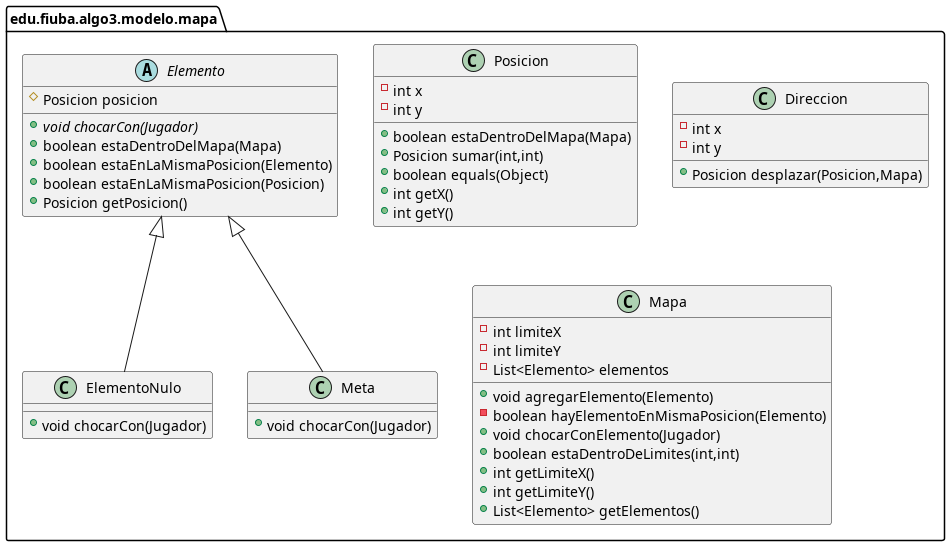
Before: diagramas/clases-mapa.png, a diagram exported from PlantUML (Pablo1107/algo3-tp2). Its diagram source:
```plantuml
@startuml
class edu.fiuba.algo3.modelo.mapa.Posicion {
- int x
- int y
+ boolean estaDentroDelMapa(Mapa)
+ Posicion sumar(int,int)
+ boolean equals(Object)
+ int getX()
+ int getY()
}
class edu.fiuba.algo3.modelo.mapa.Direccion {
- int x
- int y
+ Posicion desplazar(Posicion,Mapa)
}
abstract class edu.fiuba.algo3.modelo.mapa.Elemento {
# Posicion posicion
+ {abstract}void chocarCon(Jugador)
+ boolean estaDentroDelMapa(Mapa)
+ boolean estaEnLaMismaPosicion(Elemento)
+ boolean estaEnLaMismaPosicion(Posicion)
+ Posicion getPosicion()
}
class edu.fiuba.algo3.modelo.mapa.ElementoNulo {
+ void chocarCon(Jugador)
}
class edu.fiuba.algo3.modelo.mapa.Meta {
+ void chocarCon(Jugador)
}
class edu.fiuba.algo3.modelo.mapa.Mapa {
- int limiteX
- int limiteY
- List<Elemento> elementos
+ void agregarElemento(Elemento)
- boolean hayElementoEnMismaPosicion(Elemento)
+ void chocarConElemento(Jugador)
+ boolean estaDentroDeLimites(int,int)
+ int getLimiteX()
+ int getLimiteY()
+ List<Elemento> getElementos()
}

edu.fiuba.algo3.modelo.mapa.Elemento <|-- edu.fiuba.algo3.modelo.mapa.ElementoNulo
edu.fiuba.algo3.modelo.mapa.Elemento <|-- edu.fiuba.algo3.modelo.mapa.Meta
@enduml
```
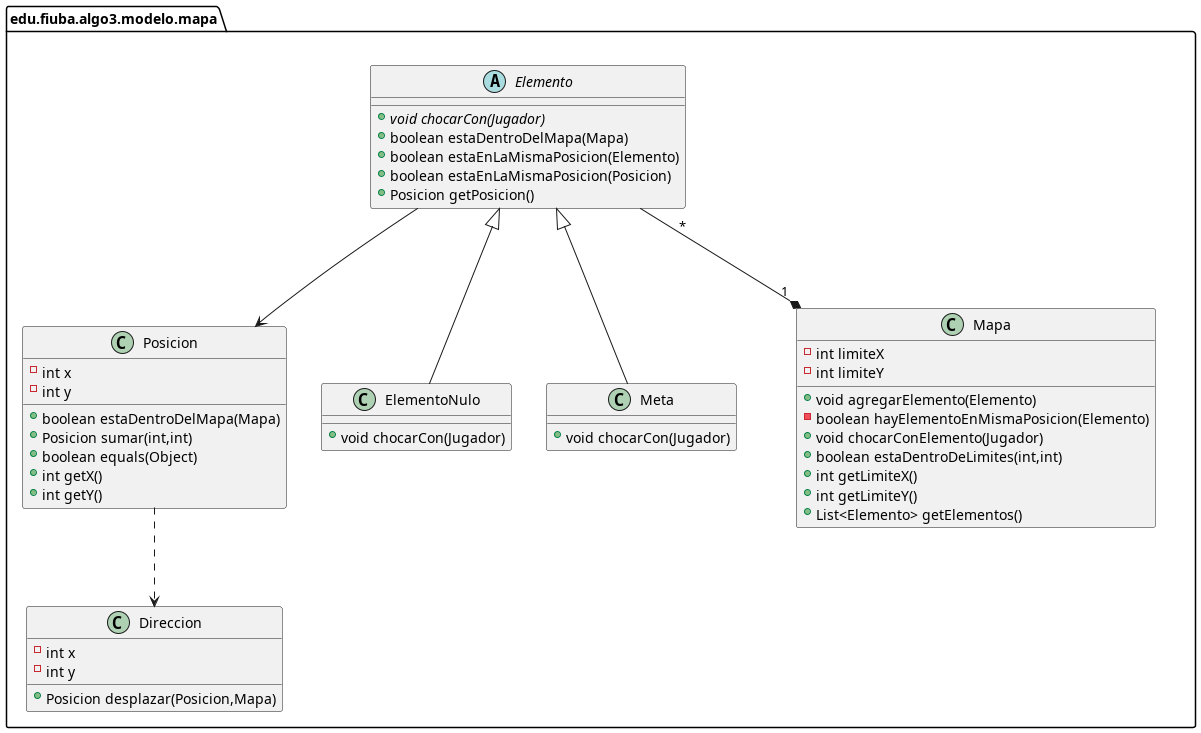
After the commit.

Change to the diagram source:
```diff
@@ -14,7 +14,6 @@
 + Posicion desplazar(Posicion,Mapa)
 }
 abstract class edu.fiuba.algo3.modelo.mapa.Elemento {
-# Posicion posicion
 + {abstract}void chocarCon(Jugador)
 + boolean estaDentroDelMapa(Mapa)
 + boolean estaEnLaMismaPosicion(Elemento)
@@ -30,7 +29,6 @@
 class edu.fiuba.algo3.modelo.mapa.Mapa {
 - int limiteX
 - int limiteY
-- List<Elemento> elementos
 + void agregarElemento(Elemento)
 - boolean hayElementoEnMismaPosicion(Elemento)
 + void chocarConElemento(Jugador)
@@ -42,4 +40,7 @@
 
 edu.fiuba.algo3.modelo.mapa.Elemento <|-- edu.fiuba.algo3.modelo.mapa.ElementoNulo
 edu.fiuba.algo3.modelo.mapa.Elemento <|-- edu.fiuba.algo3.modelo.mapa.Meta
+edu.fiuba.algo3.modelo.mapa.Elemento "*" --* "1" edu.fiuba.algo3.modelo.mapa.Mapa
+edu.fiuba.algo3.modelo.mapa.Elemento --> edu.fiuba.algo3.modelo.mapa.Posicion
+edu.fiuba.algo3.modelo.mapa.Posicion ..> edu.fiuba.algo3.modelo.mapa.Direccion
 @enduml
```
